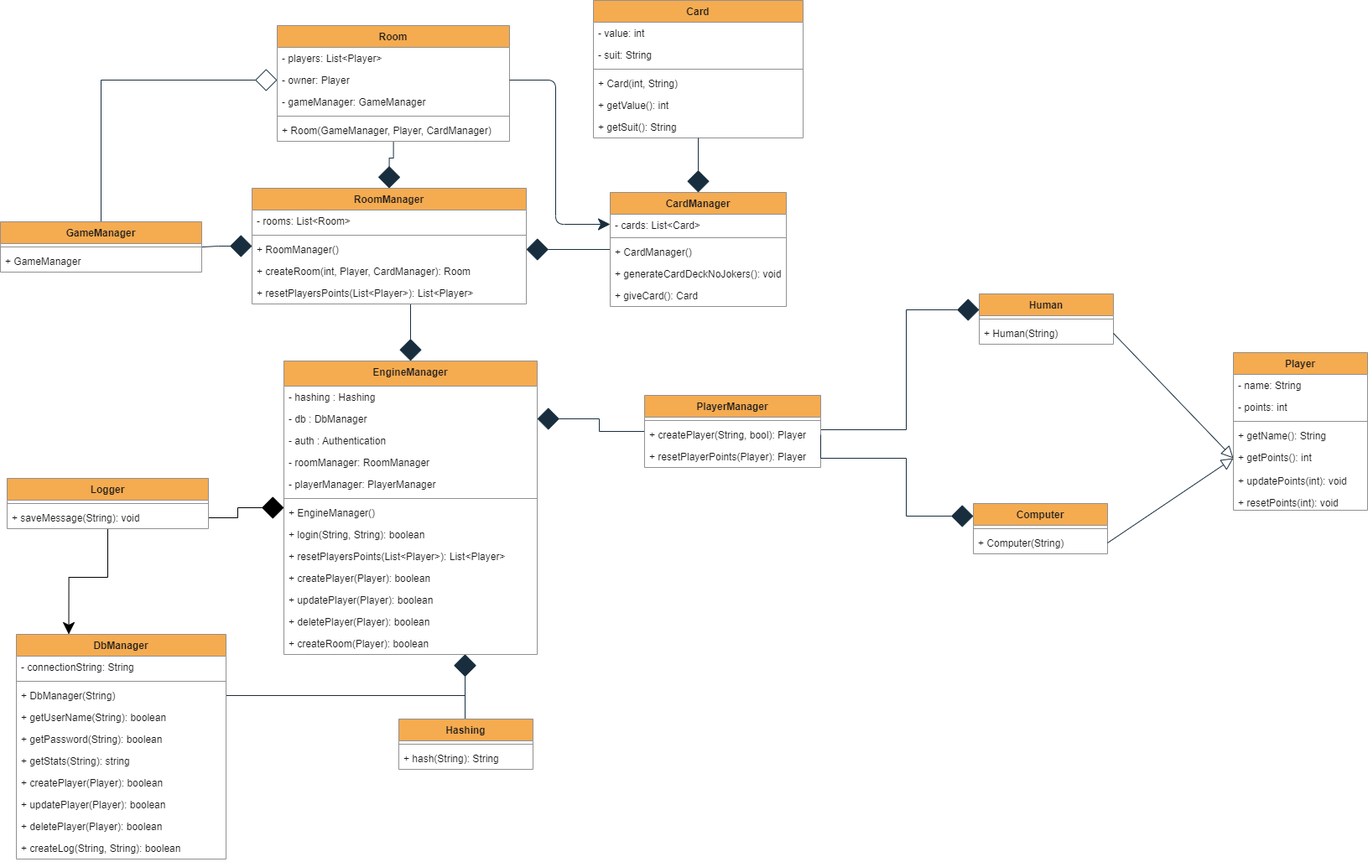
This is Diagrammer/Klasse Diagram.drawio.png from Olivervesth/KortKlubben, a draw.io export, as it was before one commit. Source tidied: cells renumbered, new cells last; positions are measured from the earlier drawing's top-left corner, leaving out a move shared by most shapes.
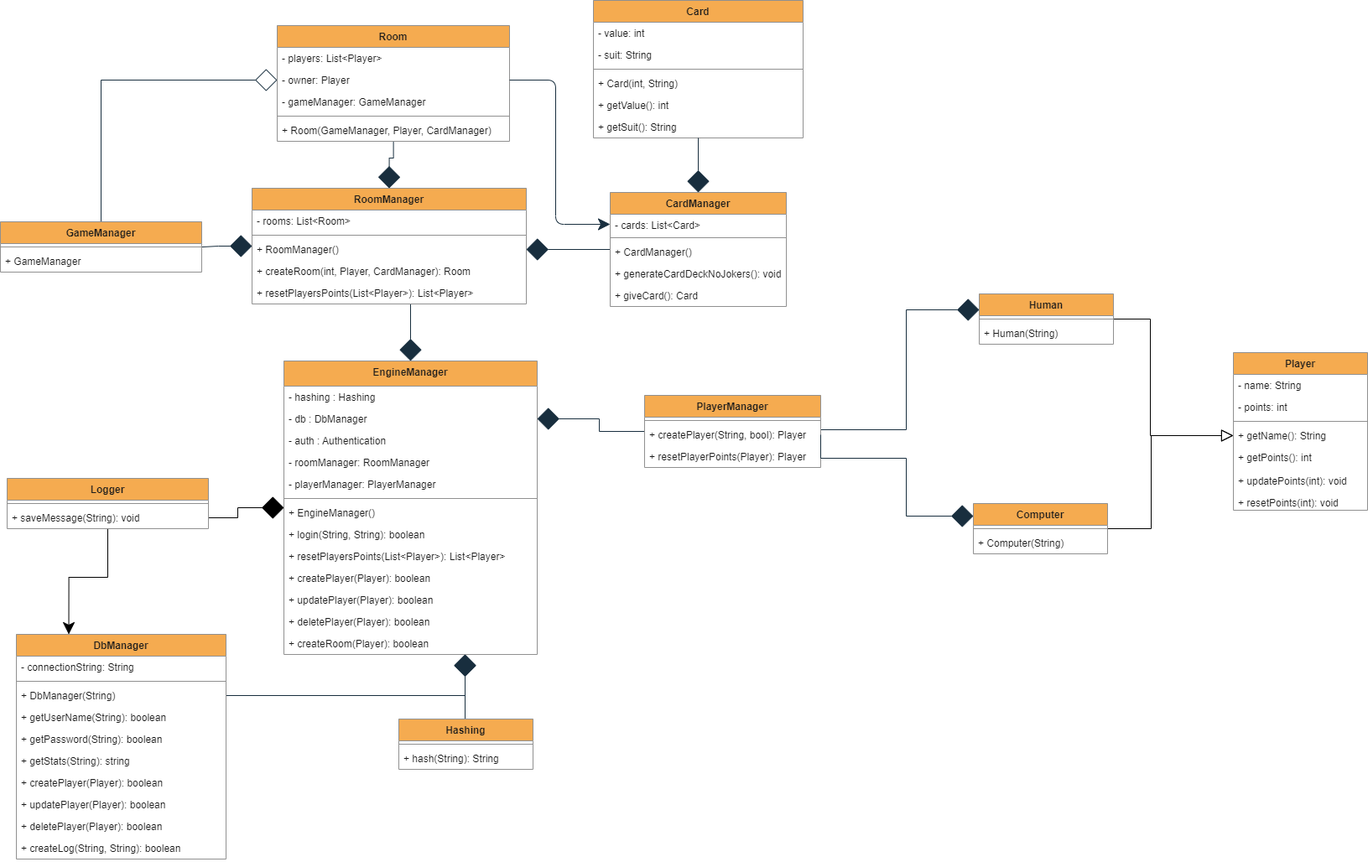
Above is the later version.

Diff of the diagram source:
```diff
@@ -178,6 +178,14 @@
     <mxCell id="53" value="+ resetPlayerPoints(Player): Player" style="text;strokeColor=none;fillColor=none;align=left;verticalAlign=top;spacingLeft=4;spacingRight=4;overflow=hidden;fontColor=#1A1A1A;rounded=0;" parent="50" vertex="1">
       <mxGeometry y="60" width="210" height="26" as="geometry" />
     </mxCell>
+    <mxCell id="95" style="edgeStyle=orthogonalEdgeStyle;rounded=0;jettySize=auto;html=1;entryX=0;entryY=0.5;entryDx=0;entryDy=0;startArrow=none;startFill=0;endArrow=block;endFill=0;startSize=12;endSize=12;" parent="1" edge="1" source="54" target="86">
+      <mxGeometry relative="1" as="geometry">
+        <Array as="points">
+          <mxPoint x="1371" y="380" />
+          <mxPoint x="1371" y="519" />
+        </Array>
+      </mxGeometry>
+    </mxCell>
     <mxCell id="54" value="Human" style="swimlane;fontStyle=1;align=center;verticalAlign=top;horizontal=1;startSize=26;fillColor=#F5AB50;strokeColor=#909090;fontColor=#1A1A1A;rounded=0;swimlaneFillColor=default;" parent="1" vertex="1">
       <mxGeometry x="1167" y="350" width="160" height="60" as="geometry" />
     </mxCell>
@@ -229,6 +237,14 @@
     <mxCell id="70" value="+ hash(String): String" style="text;strokeColor=none;fillColor=none;align=left;verticalAlign=top;spacingLeft=4;spacingRight=4;overflow=hidden;fontColor=#1A1A1A;rounded=0;" parent="68" vertex="1">
       <mxGeometry y="34" width="160" height="26" as="geometry" />
     </mxCell>
+    <mxCell id="96" style="edgeStyle=orthogonalEdgeStyle;rounded=0;jettySize=auto;html=1;entryX=0;entryY=0.5;entryDx=0;entryDy=0;startArrow=none;startFill=0;endArrow=block;endFill=0;startSize=12;endSize=12;" parent="1" edge="1" source="71" target="86">
+      <mxGeometry relative="1" as="geometry">
+        <Array as="points">
+          <mxPoint x="1372" y="630" />
+          <mxPoint x="1372" y="519" />
+        </Array>
+      </mxGeometry>
+    </mxCell>
     <mxCell id="71" value="Computer" style="swimlane;fontStyle=1;align=center;verticalAlign=top;horizontal=1;startSize=26;fillColor=#F5AB50;strokeColor=#909090;fontColor=#1A1A1A;rounded=0;swimlaneFillColor=default;" parent="1" vertex="1">
       <mxGeometry x="1160" y="600" width="160" height="60" as="geometry" />
     </mxCell>
@@ -238,12 +254,6 @@
     <mxCell id="73" value="+ Computer(String)" style="text;strokeColor=none;fillColor=none;align=left;verticalAlign=top;spacingLeft=4;spacingRight=4;overflow=hidden;points=[[0,0.5],[1,0.5]];portConstraint=eastwest;fontColor=#1A1A1A;rounded=0;" parent="71" vertex="1">
       <mxGeometry y="34" width="160" height="26" as="geometry" />
     </mxCell>
-    <mxCell id="74" style="endArrow=block;endFill=0;endSize=12;html=1;rounded=0;exitX=1;exitY=0.5;exitDx=0;exitDy=0;entryX=0;entryY=0.5;entryDx=0;entryDy=0;labelBackgroundColor=#EEEEEE;strokeColor=#182E3E;fontColor=#1A1A1A;sketch=0;" parent="1" edge="1" source="73" target="87">
-      <mxGeometry relative="1" as="geometry" />
-    </mxCell>
-    <mxCell id="75" style="endArrow=block;endFill=0;endSize=12;html=1;rounded=0;exitX=1;exitY=0.5;exitDx=0;exitDy=0;entryX=0;entryY=0.5;entryDx=0;entryDy=0;labelBackgroundColor=#EEEEEE;strokeColor=#182E3E;fontColor=#1A1A1A;" parent="1" edge="1" source="56" target="87">
-      <mxGeometry relative="1" as="geometry" />
-    </mxCell>
     <mxCell id="76" style="endArrow=diamond;endFill=1;endSize=24;html=1;rounded=0;entryX=0.5;entryY=0;entryDx=0;entryDy=0;labelBackgroundColor=#EEEEEE;strokeColor=#182E3E;fontColor=#1A1A1A;" parent="1" edge="1" source="15" target="17">
       <mxGeometry relative="1" as="geometry" />
     </mxCell>
```
